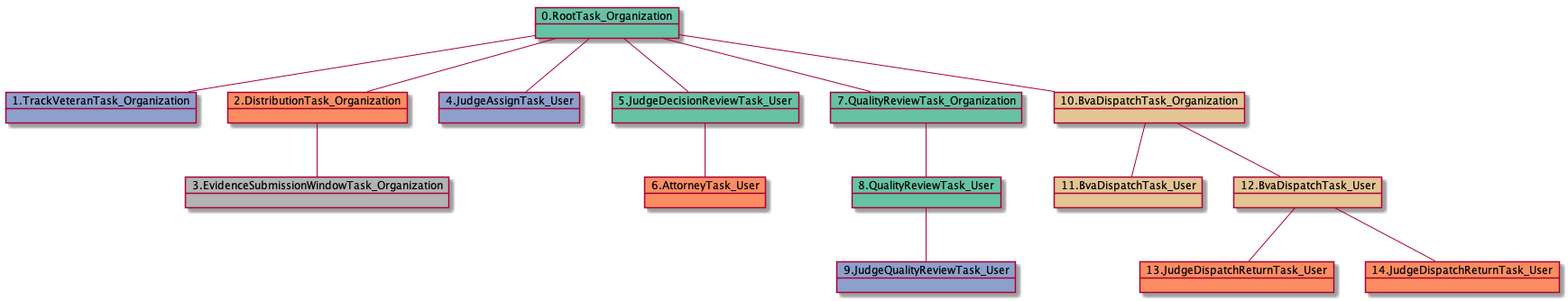
Earlier version of the PlantUML export docs-ES/uml/RTO.TVTO.DTO.ESWTO.JATU.JDRTU.ATU.QRTO.QRTU.JQRTU-15411.png (yoomlam/graphing).
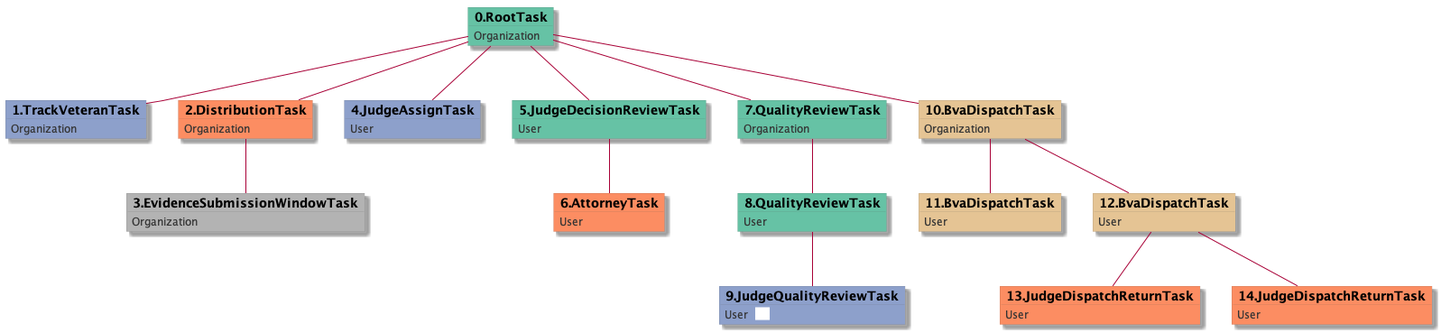
Later version of the same file.

The edit, as a diff of the source:
```diff
@@ -1,31 +1,69 @@
 @startuml
-object 0.RootTask_Organization #66c2a5
-object 1.TrackVeteranTask_Organization #8da0cb
-object 2.DistributionTask_Organization #fc8d62
-object 3.EvidenceSubmissionWindowTask_Organization #b3b3b3
-object 4.JudgeAssignTask_User #8da0cb
-object 5.JudgeDecisionReviewTask_User #66c2a5
-object 6.AttorneyTask_User #fc8d62
-object 7.QualityReviewTask_Organization #66c2a5
-object 8.QualityReviewTask_User #66c2a5
-object 9.JudgeQualityReviewTask_User #8da0cb
-object 10.BvaDispatchTask_Organization #e5c494
-object 11.BvaDispatchTask_User #e5c494
-object 12.BvaDispatchTask_User #e5c494
-object 13.JudgeDispatchReturnTask_User #fc8d62
-object 14.JudgeDispatchReturnTask_User #fc8d62
-0.RootTask_Organization -- 1.TrackVeteranTask_Organization
-0.RootTask_Organization -- 2.DistributionTask_Organization
-2.DistributionTask_Organization -- 3.EvidenceSubmissionWindowTask_Organization
-0.RootTask_Organization -- 4.JudgeAssignTask_User
-0.RootTask_Organization -- 5.JudgeDecisionReviewTask_User
-5.JudgeDecisionReviewTask_User -- 6.AttorneyTask_User
-0.RootTask_Organization -- 7.QualityReviewTask_Organization
-7.QualityReviewTask_Organization -- 8.QualityReviewTask_User
-8.QualityReviewTask_User -- 9.JudgeQualityReviewTask_User
-0.RootTask_Organization -- 10.BvaDispatchTask_Organization
-10.BvaDispatchTask_Organization -- 11.BvaDispatchTask_User
-10.BvaDispatchTask_Organization -- 12.BvaDispatchTask_User
-12.BvaDispatchTask_User -- 13.JudgeDispatchReturnTask_User
-12.BvaDispatchTask_User -- 14.JudgeDispatchReturnTask_User
+skinparam {
+  ObjectBorderColor #555
+  ObjectBorderThickness 0
+  ObjectFontStyle bold
+  ObjectFontSize 14
+  ObjectAttributeFontColor #333
+  ObjectAttributeFontSize 12
+}
+  object 0.RootTask #66c2a5 {
+Organization
+}
+  object 1.TrackVeteranTask #8da0cb {
+Organization
+}
+  object 2.DistributionTask #fc8d62 {
+Organization
+}
+  object 3.EvidenceSubmissionWindowTask #b3b3b3 {
+Organization
+}
+  object 4.JudgeAssignTask #8da0cb {
+User
+}
+  object 5.JudgeDecisionReviewTask #66c2a5 {
+User
+}
+  object 6.AttorneyTask #fc8d62 {
+User
+}
+  object 7.QualityReviewTask #66c2a5 {
+Organization
+}
+  object 8.QualityReviewTask #66c2a5 {
+User
+}
+  object 9.JudgeQualityReviewTask #8da0cb {
+User  <back:white>    </back>
+}
+  object 10.BvaDispatchTask #e5c494 {
+Organization
+}
+  object 11.BvaDispatchTask #e5c494 {
+User
+}
+  object 12.BvaDispatchTask #e5c494 {
+User
+}
+  object 13.JudgeDispatchReturnTask #fc8d62 {
+User
+}
+  object 14.JudgeDispatchReturnTask #fc8d62 {
+User
+}
+0.RootTask -- 1.TrackVeteranTask
+0.RootTask -- 2.DistributionTask
+2.DistributionTask -- 3.EvidenceSubmissionWindowTask
+0.RootTask -- 4.JudgeAssignTask
+0.RootTask -- 5.JudgeDecisionReviewTask
+5.JudgeDecisionReviewTask -- 6.AttorneyTask
+0.RootTask -- 7.QualityReviewTask
+7.QualityReviewTask -- 8.QualityReviewTask
+8.QualityReviewTask -- 9.JudgeQualityReviewTask
+0.RootTask -- 10.BvaDispatchTask
+10.BvaDispatchTask -- 11.BvaDispatchTask
+10.BvaDispatchTask -- 12.BvaDispatchTask
+12.BvaDispatchTask -- 13.JudgeDispatchReturnTask
+12.BvaDispatchTask -- 14.JudgeDispatchReturnTask
 @enduml
```
